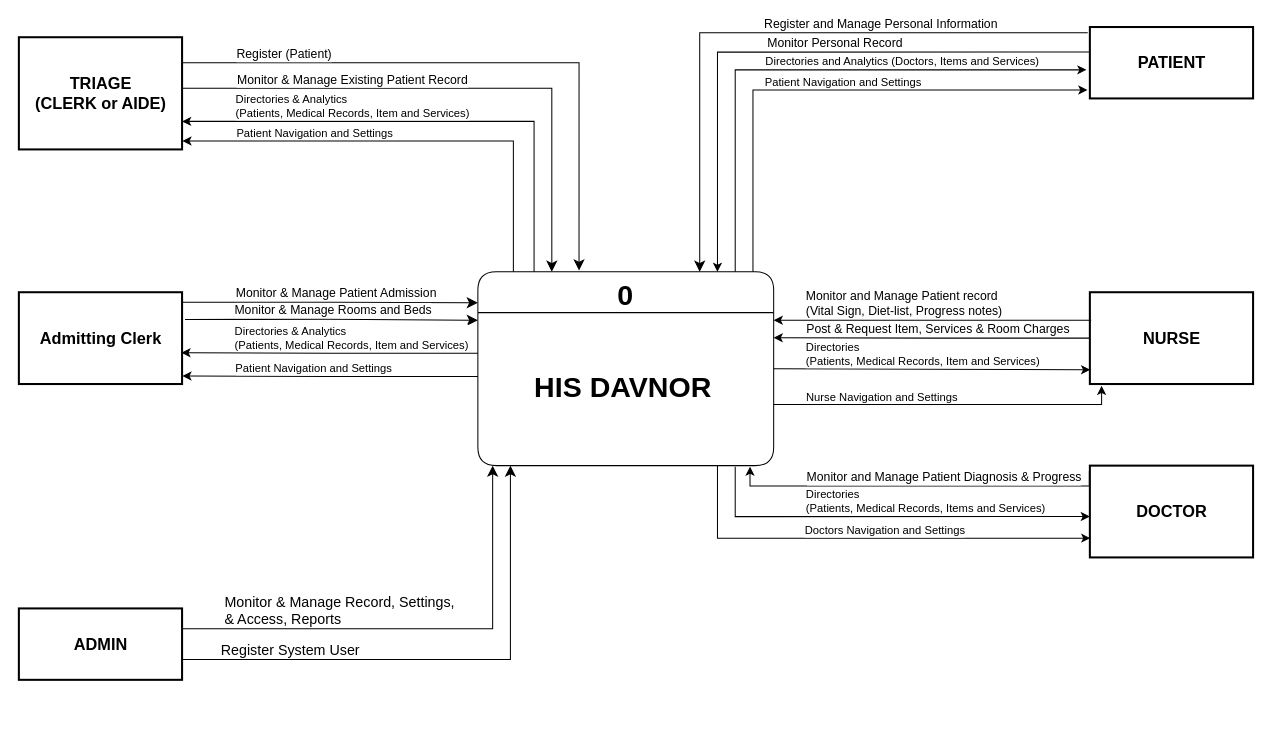
ediangca/DAVNORHIS-Diagram keeps this draw.io diagram as page "CFD" (4 of 7) of ActivityDiagram.git.drawio. Above is the earlier version. Source tidied: cells renumbered, new cells numbered last; positions are measured from the earlier drawing's top-left corner, leaving out a move shared by most shapes. Both pictures are drawn from the tidied source at 102%, with x=0, y=0 at pixel (18, 27).
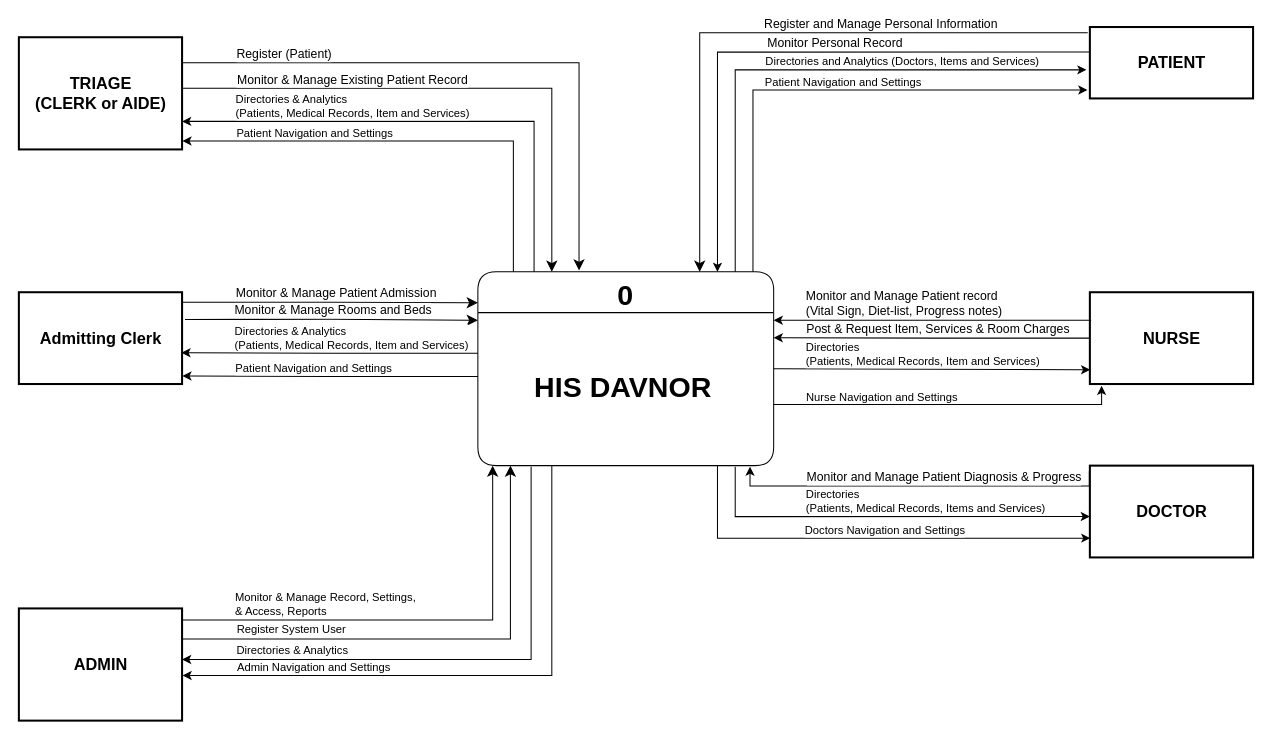
The same page after the edit.

The change refers to these unchanged cells:
```xml
<mxCell id="21" value="0" style="swimlane;fontStyle=1;horizontal=1;startSize=40;fillColor=#ffffff;swimlaneFillColor=#ffffff;fontSize=28;rounded=1;shadow=0;glass=0;points=[[0,0,0,0,0],[0,0.08,0,0,0],[0,0.16,0,0,0],[0,0.25,0,0,0],[0,0.31,0,0,0],[0,0.37,0,0,0],[0,0.42,0,0,0],[0,0.5,0,0,0],[0,0.54,0,0,0],[0,0.6,0,0,0],[0,0.66,0,0,0],[0,0.75,0,0,0],[0,1,0,0,0],[0.01,0.83,0,0,0],[0.01,0.89,0,0,0],[0.05,1,0,0,0],[0.06,0,0,0,0],[0.11,1,0,0,0],[0.12,0,0,0,0],[0.18,1,0,0,1],[0.19,0,0,0,0],[0.25,0,0,0,0],[0.25,1,0,0,0],[0.32,0,0,0,0],[0.32,1,0,0,0],[0.38,0,0,0,0],[0.38,1,0,0,0],[0.43,1,0,0,0],[0.44,0,0,0,0],[0.5,0,0,0,0],[0.5,1,0,0,0],[0.55,1,0,0,0],[0.56,0,0,0,0],[0.6,1,0,0,1],[0.62,0,0,0,0],[0.67,1,0,0,1],[0.69,0,0,0,0],[0.75,0,0,0,0],[0.75,1,0,0,0],[0.81,0,0,0,0],[0.81,1,0,0,0],[0.87,0,0,0,0],[0.87,1,0,0,1],[0.92,1,0,0,1],[0.93,0,0,0,0],[0.99,0.6,0,0,0],[1,0,0,0,0],[1,0.11,0,0,0],[1,0.18,0,0,0],[1,0.25,0,0,0],[1,0.34,0,0,0],[1,0.42,0,0,0],[1,0.5,0,0,0],[1,0.67,0,0,0],[1,0.75,0,0,0],[1,0.83,0,0,0],[1,0.91,0,0,0],[1,1,0,0,0]];" parent="20" vertex="1">
  <mxGeometry width="290" height="190" as="geometry" />
</mxCell>
```

Change to the diagram source:
```diff
@@
-    <mxCell id="8" style="edgeStyle=orthogonalEdgeStyle;rounded=0;jettySize=auto;html=1;fontSize=12;startSize=8;endSize=8;entryX=0.05;entryY=1;entryDx=0;entryDy=0;entryPerimeter=0;" parent="1" edge="1" source="12" target="21">
+    <mxCell id="8" style="edgeStyle=orthogonalEdgeStyle;rounded=0;jettySize=auto;html=1;fontSize=12;startSize=8;endSize=8;entryX=0.05;entryY=1;entryDx=0;entryDy=0;entryPerimeter=0;exitX=1.002;exitY=0.103;exitDx=0;exitDy=0;exitPerimeter=0;" parent="1" edge="1" source="12" target="21">
       <mxGeometry relative="1" as="geometry">
         <Array as="points">
-          <mxPoint x="465" y="590" />
+          <mxPoint x="465" y="581" />
           <mxPoint x="465" y="430" />
         </Array>
       </mxGeometry>
     </mxCell>
-    <mxCell id="9" value="Monitor &amp;amp; Manage Record, Settings,&amp;nbsp;&lt;div&gt;&amp;amp; Access, Reports&amp;nbsp;&lt;/div&gt;" style="edgeLabel;html=1;align=left;verticalAlign=middle;fontSize=14;" parent="8" vertex="1">
-      <mxGeometry x="-0.65" y="1" relative="1" as="geometry">
-        <mxPoint x="-41" y="-18" as="offset" />
+    <mxCell id="9" value="&lt;font style=&quot;text-align: left;&quot;&gt;Monitor &amp;amp; Manage Record, Settings,&amp;nbsp;&lt;/font&gt;&lt;div style=&quot;text-align: left;&quot;&gt;&amp;amp; Access, Reports&amp;nbsp;&lt;/div&gt;" style="edgeLabel;html=1;align=center;verticalAlign=middle;" parent="8" vertex="1">
+      <mxGeometry x="-0.73" y="1" relative="1" as="geometry">
+        <mxPoint x="80" y="-15" as="offset" />
       </mxGeometry>
     </mxCell>
-    <mxCell id="10" style="edgeStyle=orthogonalEdgeStyle;rounded=0;jettySize=auto;html=1;fontSize=12;startSize=8;endSize=8;entryX=0.11;entryY=1;entryDx=0;entryDy=0;entryPerimeter=0;" parent="1" edge="1" source="12" target="21">
+    <mxCell id="10" style="edgeStyle=orthogonalEdgeStyle;rounded=0;jettySize=auto;html=1;fontSize=12;startSize=8;endSize=8;entryX=0.11;entryY=1;entryDx=0;entryDy=0;entryPerimeter=0;exitX=1;exitY=0.25;exitDx=0;exitDy=0;" parent="1" edge="1" source="12" target="21">
       <mxGeometry relative="1" as="geometry">
         <Array as="points">
-          <mxPoint x="482" y="620" />
+          <mxPoint x="160" y="600" />
+          <mxPoint x="482" y="600" />
         </Array>
       </mxGeometry>
     </mxCell>
-    <mxCell id="11" value="&lt;font style=&quot;font-size: 14px;&quot;&gt;Register System User&lt;/font&gt;" style="edgeLabel;html=1;align=center;verticalAlign=middle;fontSize=12;" parent="10" vertex="1">
+    <mxCell id="11" value="&lt;font style=&quot;font-size: 11px;&quot;&gt;Register System User&lt;/font&gt;" style="edgeLabel;html=1;align=center;verticalAlign=middle;fontSize=12;" parent="10" vertex="1">
       <mxGeometry x="-0.72" y="2" relative="1" as="geometry">
-        <mxPoint x="33" y="-8" as="offset" />
+        <mxPoint x="40" y="-8" as="offset" />
       </mxGeometry>
     </mxCell>
     <mxCell id="12" value="&lt;b&gt;ADMIN&lt;/b&gt;" style="rounded=0;fillColor=default;strokeColor=default;strokeWidth=2;fontFamily=Helvetica;html=1;gradientColor=none;fontColor=default;fontSize=16;" parent="1" vertex="1">
-      <mxGeometry y="570" width="160" height="70" as="geometry" />
+      <mxGeometry y="570" width="160" height="110" as="geometry" />
     </mxCell>
@@
+    <mxCell id="53" style="edgeStyle=orthogonalEdgeStyle;rounded=0;jettySize=auto;html=1;exitX=0.18;exitY=1;exitDx=0;exitDy=1;exitPerimeter=0;" parent="1" edge="1" source="21">
+      <mxGeometry relative="1" as="geometry">
+        <mxPoint x="160" y="620" as="targetPoint" />
+        <Array as="points">
+          <mxPoint x="502" y="620" />
+          <mxPoint x="160" y="620" />
+        </Array>
+      </mxGeometry>
+    </mxCell>
+    <mxCell id="54" value="&lt;span style=&quot;text-align: left;&quot;&gt;Directories &amp;amp; Analytics&lt;/span&gt;" style="edgeLabel;html=1;align=center;verticalAlign=middle;" parent="53" vertex="1">
+      <mxGeometry x="0.78" y="1" relative="1" as="geometry">
+        <mxPoint x="49" y="-11" as="offset" />
+      </mxGeometry>
+    </mxCell>
+    <mxCell id="55" style="edgeStyle=orthogonalEdgeStyle;rounded=0;jettySize=auto;html=1;exitX=0.25;exitY=1;exitDx=0;exitDy=0;exitPerimeter=0;entryX=1.003;entryY=0.598;entryDx=0;entryDy=0;entryPerimeter=0;" parent="1" edge="1" source="21" target="12">
+      <mxGeometry relative="1" as="geometry" />
+    </mxCell>
+    <mxCell id="56" value="Admin Navigation and Settings" style="edgeLabel;html=1;align=center;verticalAlign=middle;" parent="55" vertex="1">
+      <mxGeometry x="0.8" relative="1" as="geometry">
+        <mxPoint x="71" y="-8" as="offset" />
+      </mxGeometry>
+    </mxCell>
```
